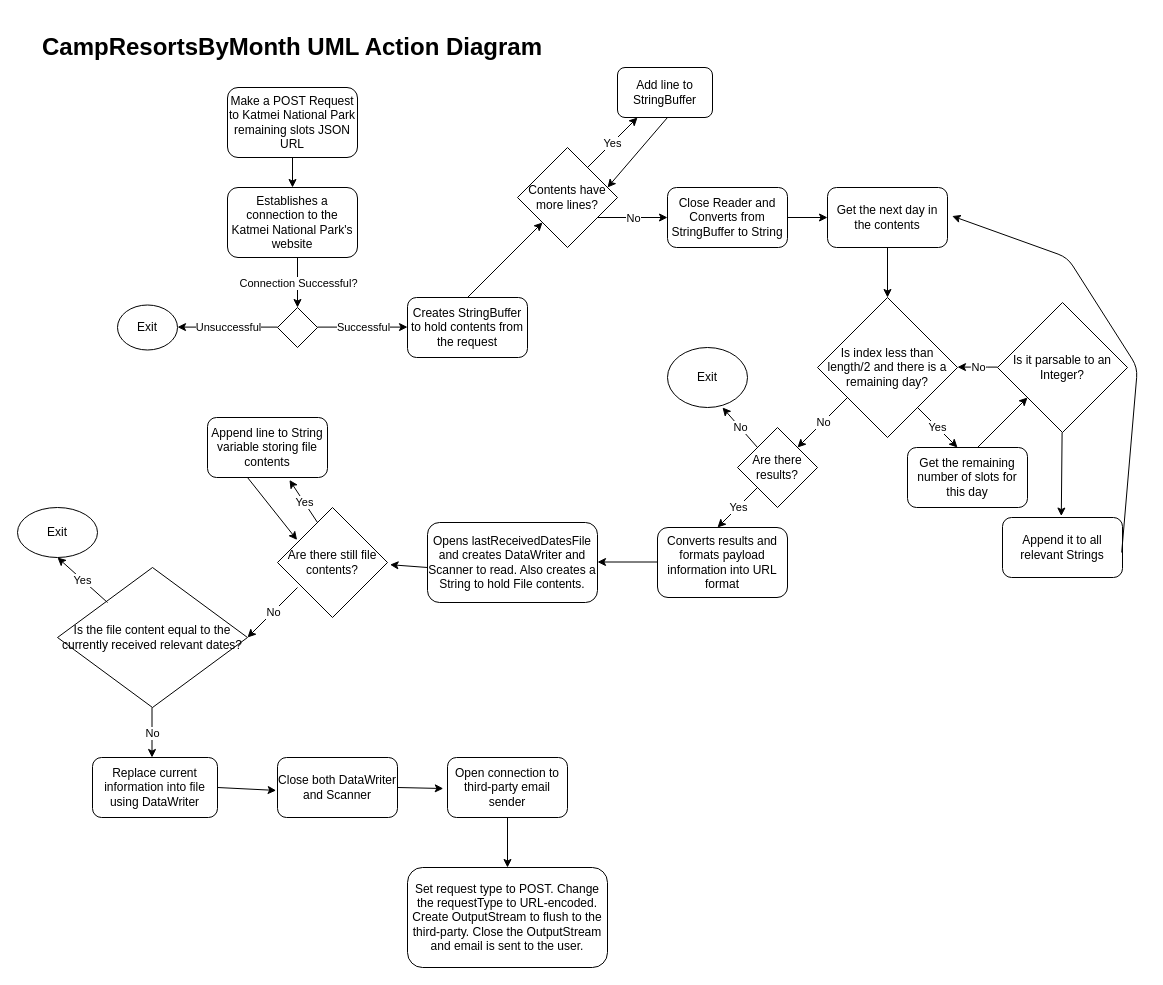
k-you28/Availability_Tracker keeps this draw.io diagram as CampResortsByMonthDiagram.drawio. Above is the earlier version. Source tidied: cells renumbered, new cells numbered last; positions are measured from the earlier drawing's top-left corner, leaving out a move shared by most shapes. Both pictures are drawn from the tidied source at 100%, with x=0, y=0 at pixel (17, 27).
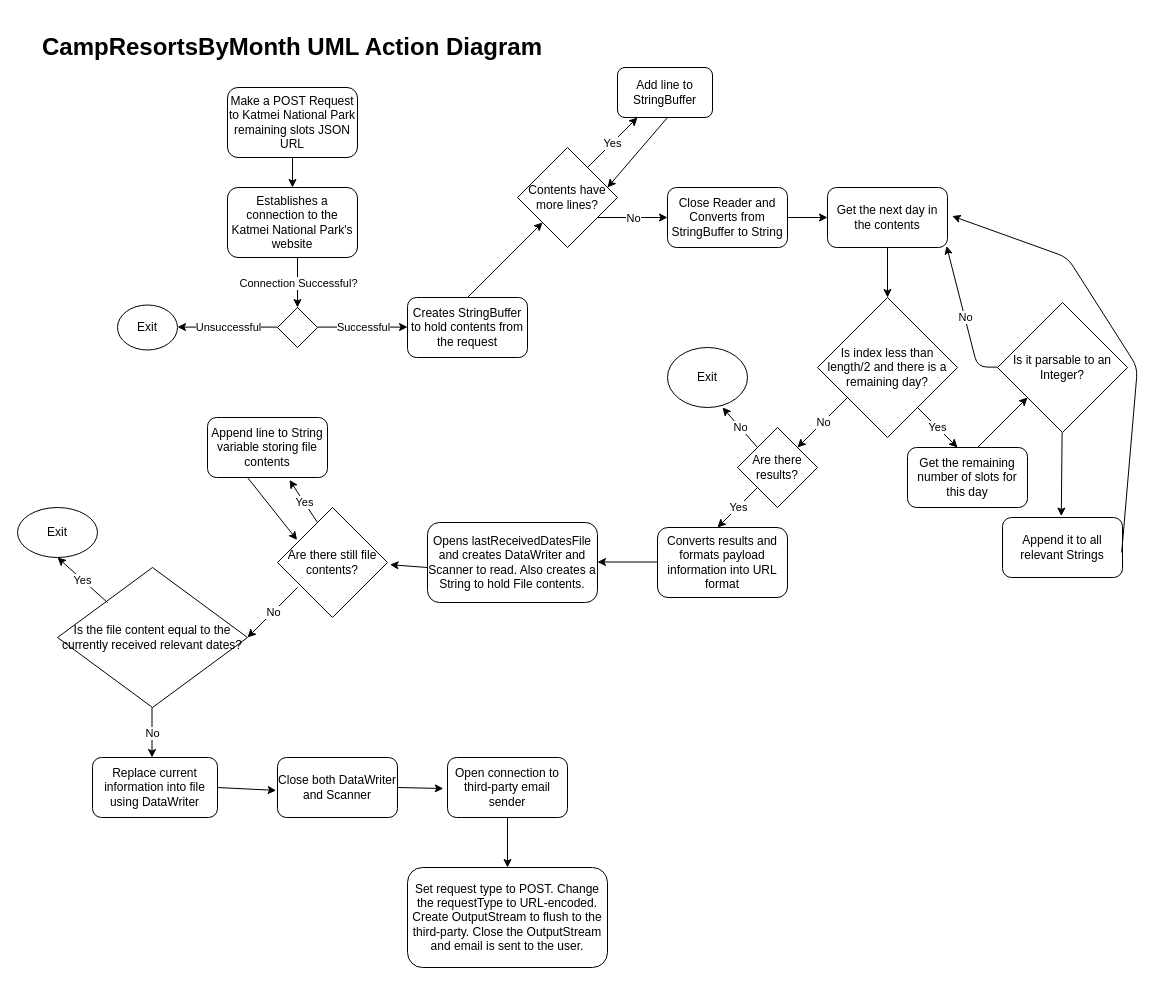
Above is the later version.

Unchanged cells that the change refers to:
```xml
<mxCell id="24" value="Get the next day in the contents" style="rounded=1;whiteSpace=wrap;html=1;" parent="1" vertex="1">
  <mxGeometry x="810" y="160" width="120" height="60" as="geometry" />
</mxCell>
```

Diff of the diagram source:
```diff
@@
-    <mxCell id="33" style="endArrow=classic;html=1;" parent="1" edge="1">
+    <mxCell id="33" style="endArrow=classic;html=1;entryX=0.992;entryY=0.975;entryDx=0;entryDy=0;entryPerimeter=0;" parent="1" edge="1" target="24">
       <mxGeometry relative="1" as="geometry">
         <mxPoint x="980" y="339.6" as="sourcePoint" />
-        <mxPoint x="940" y="339.6" as="targetPoint" />
         <Array as="points">
           <mxPoint x="960" y="339.6" />
         </Array>
       </mxGeometry>
     </mxCell>
```
